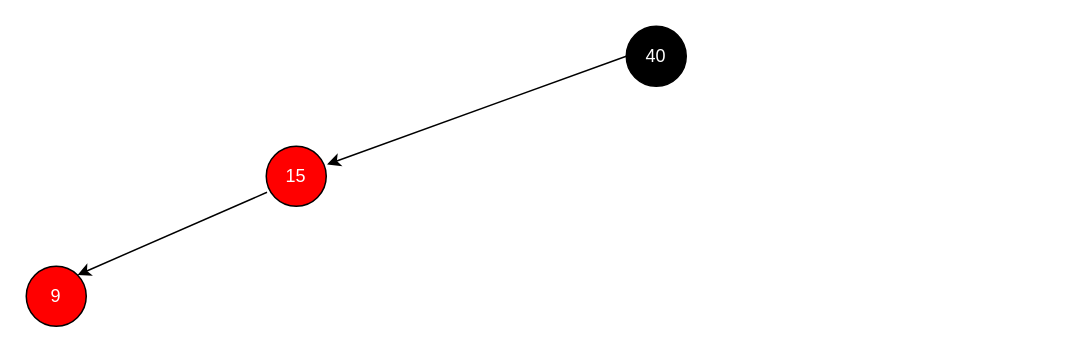
Above: Untitled Diagram.drawio in semihhdemirel/semihhdemirel (draw.io), before the change. Source tidied: cells renumbered, new cells numbered last; positions are measured from the earlier drawing's top-left corner, leaving out a move shared by most shapes. Both pictures are drawn from the tidied source at 150%, with x=0, y=0 at pixel (26, 26).
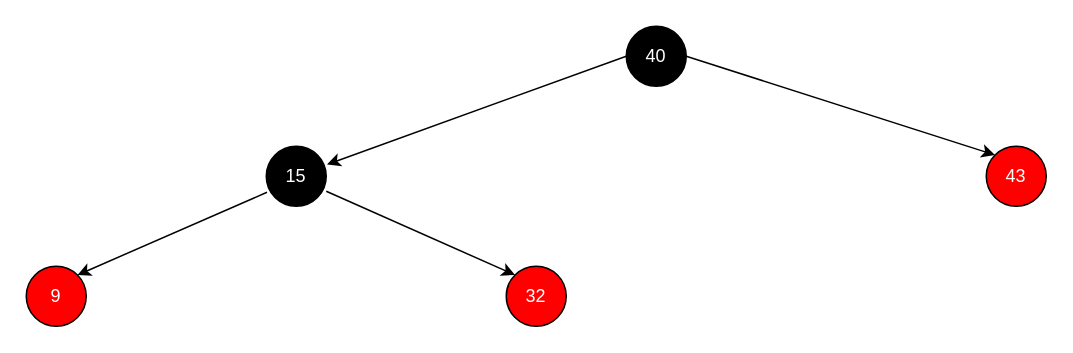
The same page after the edit.

What changed in the source:
```diff
@@
 <mxGraphModel>
   <root>
     <mxCell id="0" />
     <mxCell id="1" parent="0" />
     <mxCell id="2" value="&lt;font color=&quot;#ffffff&quot;&gt;40&lt;/font&gt;" style="ellipse;whiteSpace=wrap;html=1;fillColor=#000000;" parent="1" vertex="1">
       <mxGeometry x="400" width="40" height="40" as="geometry" />
     </mxCell>
-    <mxCell id="3" value="&lt;font color=&quot;#ffffff&quot;&gt;15&lt;/font&gt;" style="ellipse;whiteSpace=wrap;html=1;fillColor=#FF0000;" parent="1" vertex="1">
+    <mxCell id="3" value="&lt;font color=&quot;#ffffff&quot;&gt;15&lt;/font&gt;" style="ellipse;whiteSpace=wrap;html=1;fillColor=#000000;" parent="1" vertex="1">
       <mxGeometry x="160" y="80" width="40" height="40" as="geometry" />
     </mxCell>
     <mxCell id="4" style="endArrow=classic;html=1;rounded=0;entryX=1.014;entryY=0.303;entryDx=0;entryDy=0;entryPerimeter=0;exitX=0;exitY=0.5;exitDx=0;exitDy=0;" parent="1" edge="1" source="2" target="3">
       <mxGeometry relative="1" as="geometry" />
     </mxCell>
     <mxCell id="5" value="&lt;font color=&quot;#ffffff&quot;&gt;9&lt;/font&gt;" style="ellipse;whiteSpace=wrap;html=1;fillColor=#FF0000;" parent="1" vertex="1">
       <mxGeometry y="160" width="40" height="40" as="geometry" />
     </mxCell>
     <mxCell id="6" style="endArrow=classic;html=1;rounded=0;entryX=1;entryY=0;entryDx=0;entryDy=0;exitX=0.013;exitY=0.767;exitDx=0;exitDy=0;exitPerimeter=0;" parent="1" edge="1" source="3" target="5">
       <mxGeometry relative="1" as="geometry" />
     </mxCell>
+    <mxCell id="7" value="&lt;font color=&quot;#ffffff&quot;&gt;43&lt;/font&gt;" style="ellipse;whiteSpace=wrap;html=1;fillColor=#FF0000;" parent="1" vertex="1">
+      <mxGeometry x="640" y="80" width="40" height="40" as="geometry" />
+    </mxCell>
+    <mxCell id="8" style="endArrow=classic;html=1;rounded=0;exitX=1;exitY=0.5;exitDx=0;exitDy=0;entryX=0;entryY=0;entryDx=0;entryDy=0;" parent="1" edge="1" source="2" target="7">
+      <mxGeometry relative="1" as="geometry" />
+    </mxCell>
+    <mxCell id="9" value="&lt;font color=&quot;#ffffff&quot;&gt;32&lt;/font&gt;" style="ellipse;whiteSpace=wrap;html=1;fillColor=#FF0000;" parent="1" vertex="1">
+      <mxGeometry x="320" y="160" width="40" height="40" as="geometry" />
+    </mxCell>
+    <mxCell id="10" style="endArrow=classic;html=1;rounded=0;exitX=1;exitY=0.75;exitDx=0;exitDy=0;entryX=0;entryY=0;entryDx=0;entryDy=0;exitPerimeter=0;" parent="1" edge="1" source="3" target="9">
+      <mxGeometry relative="1" as="geometry" />
+    </mxCell>
   </root>
 </mxGraphModel>
```
